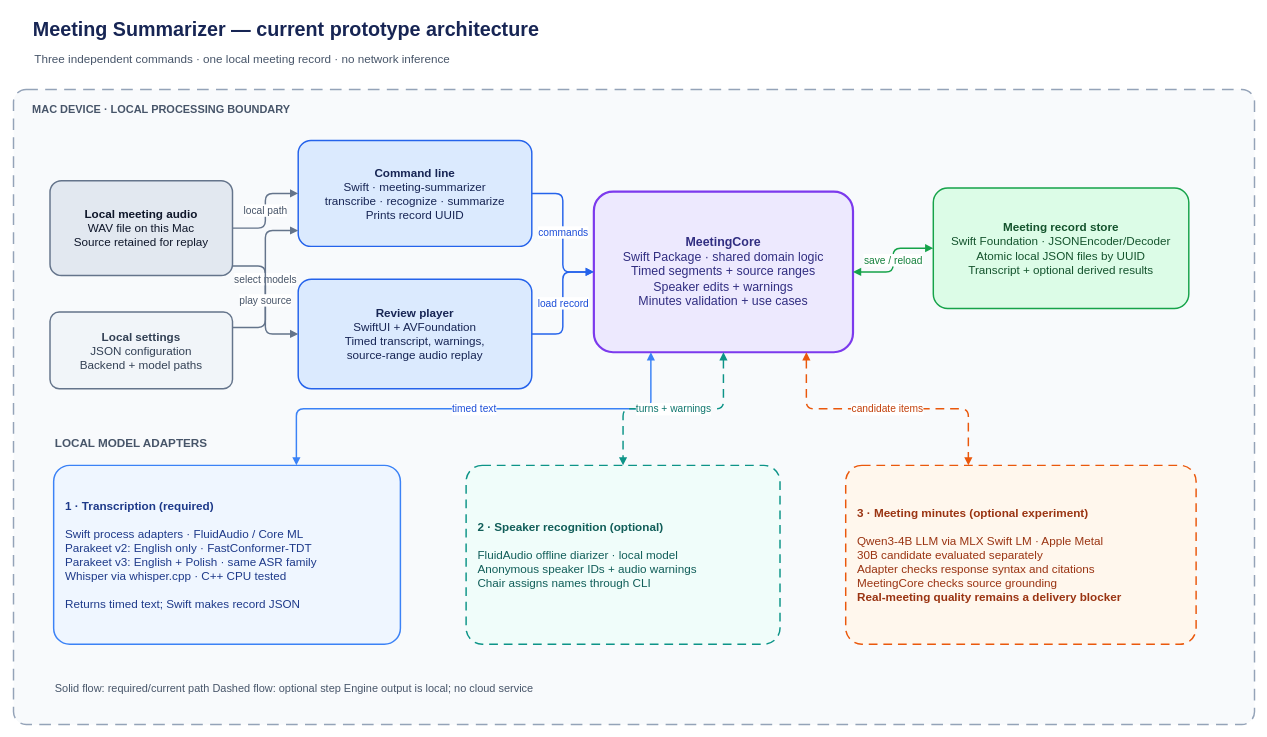
Earlier version of the draw.io diagram page "Current macOS prototype" (1 of 2) of docs/architecture_overview.drawio (rstyczynski/meeting_minutes). Source tidied: cells renumbered, new cells numbered last; positions are measured from the earlier drawing's top-left corner, leaving out a move shared by most shapes. Both pictures are drawn from the tidied source at 73%, with x=0, y=0 at pixel (13, 12).
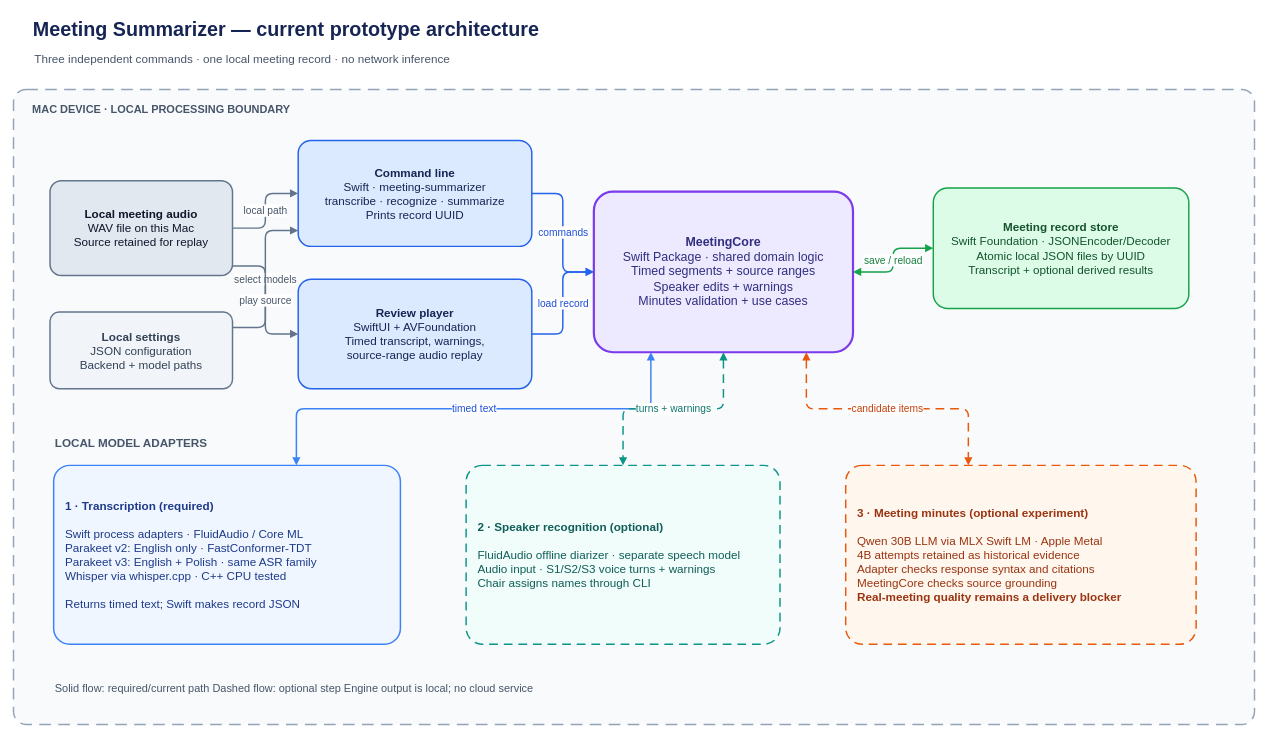
The same diagram, later.

What changed in the source:
```diff
@@
-    <mxCell id="13" value="&lt;b&gt;2 · Speaker recognition (optional)&lt;/b&gt;&lt;br&gt;&lt;br&gt;FluidAudio offline diarizer · local model&lt;br&gt;Anonymous speaker IDs + audio warnings&lt;br&gt;Chair assigns names through CLI" style="rounded=1;whiteSpace=wrap;html=1;arcSize=9;fillColor=#F0FDFA;strokeColor=#0D9488;strokeWidth=2;dashed=1;dashPattern=6 4;align=left;verticalAlign=middle;spacing=16;fontFamily=Helvetica;fontSize=16;fontColor=#115E59;" parent="1" vertex="1">
+    <mxCell id="13" value="&lt;b&gt;2 · Speaker recognition (optional)&lt;/b&gt;&lt;br&gt;&lt;br&gt;FluidAudio offline diarizer · separate speech model&lt;br&gt;Audio input · S1/S2/S3 voice turns + warnings&lt;br&gt;Chair assigns names through CLI" style="rounded=1;whiteSpace=wrap;html=1;arcSize=9;fillColor=#F0FDFA;strokeColor=#0D9488;strokeWidth=2;dashed=1;dashPattern=6 4;align=left;verticalAlign=middle;spacing=16;fontFamily=Helvetica;fontSize=16;fontColor=#115E59;" parent="1" vertex="1">
       <mxGeometry x="620" y="620" width="430" height="245" as="geometry" />
     </mxCell>
-    <mxCell id="14" value="&lt;b&gt;3 · Meeting minutes (optional experiment)&lt;/b&gt;&lt;br&gt;&lt;br&gt;Qwen3-4B LLM via MLX Swift LM · Apple Metal&lt;br&gt;30B candidate evaluated separately&lt;br&gt;Adapter checks response syntax and citations&lt;br&gt;MeetingCore checks source grounding&lt;br&gt;&lt;b&gt;Real-meeting quality remains a delivery blocker&lt;/b&gt;" style="rounded=1;whiteSpace=wrap;html=1;arcSize=9;fillColor=#FFF7ED;strokeColor=#EA580C;strokeWidth=2;dashed=1;dashPattern=6 4;align=left;verticalAlign=middle;spacing=16;fontFamily=Helvetica;fontSize=16;fontColor=#9A3412;" parent="1" vertex="1">
+    <mxCell id="14" value="&lt;b&gt;3 · Meeting minutes (optional experiment)&lt;/b&gt;&lt;br&gt;&lt;br&gt;Qwen 30B LLM via MLX Swift LM · Apple Metal&lt;br&gt;4B attempts retained as historical evidence&lt;br&gt;Adapter checks response syntax and citations&lt;br&gt;MeetingCore checks source grounding&lt;br&gt;&lt;b&gt;Real-meeting quality remains a delivery blocker&lt;/b&gt;" style="rounded=1;whiteSpace=wrap;html=1;arcSize=9;fillColor=#FFF7ED;strokeColor=#EA580C;strokeWidth=2;dashed=1;dashPattern=6 4;align=left;verticalAlign=middle;spacing=16;fontFamily=Helvetica;fontSize=16;fontColor=#9A3412;" parent="1" vertex="1">
       <mxGeometry x="1140" y="620" width="480" height="245" as="geometry" />
     </mxCell>
```
